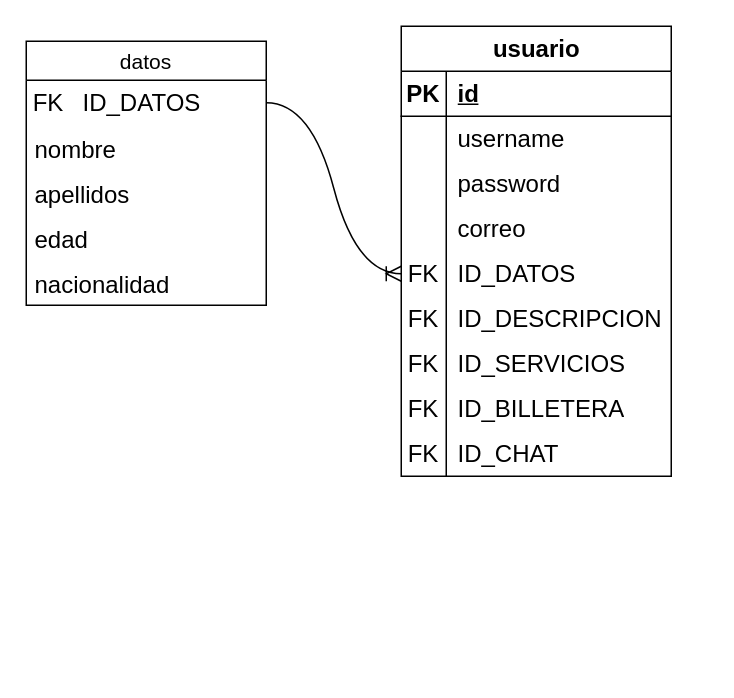
Before: Diagrama sin título.drawio in brayanmar/diagrama_escorting, a draw.io diagram. Source tidied: cells renumbered, new cells numbered last; positions are measured from the earlier drawing's top-left corner, leaving out a move shared by most shapes. Both pictures are drawn from the tidied source at 150%, with x=0, y=0 at pixel (26, 26).
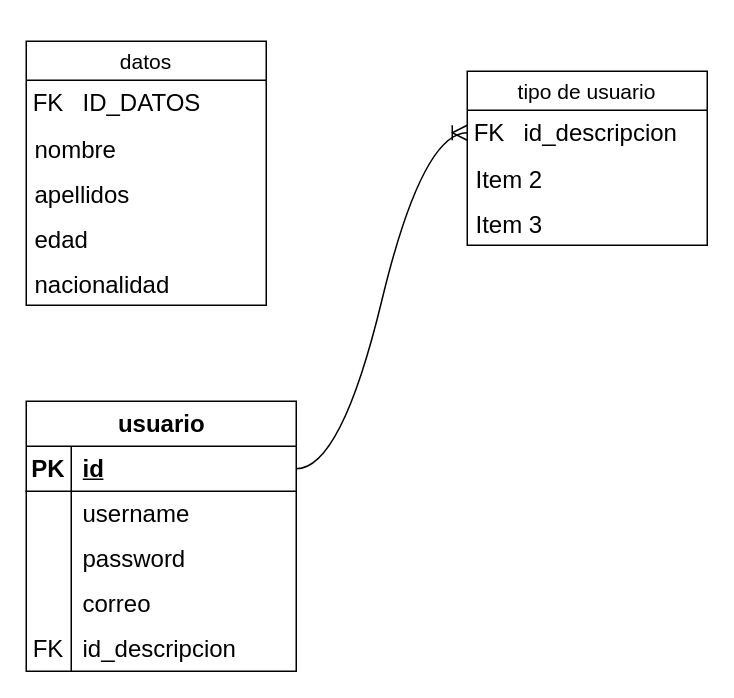
Above is the later version.

Unchanged cells that the change refers to:
```xml
<mxCell id="3" style="shape=tableRow;horizontal=0;startSize=0;swimlaneHead=0;swimlaneBody=0;fillColor=none;points=[[0,0.5],[1,0.5]];portConstraint=eastwest;top=0;left=0;right=0;bottom=1;fontSize=16;" parent="2" vertex="1">
  <mxGeometry y="30" width="180" height="30" as="geometry" />
</mxCell>
<mxCell id="15" style="shape=tableRow;horizontal=0;startSize=0;swimlaneHead=0;swimlaneBody=0;fillColor=none;points=[[0,0.5],[1,0.5]];portConstraint=eastwest;top=0;left=0;right=0;bottom=0;fontSize=16;" parent="2" vertex="1">
  <mxGeometry y="150" width="180" height="30" as="geometry" />
</mxCell>
<mxCell id="32" style="shape=tableRow;horizontal=0;startSize=0;swimlaneHead=0;swimlaneBody=0;fillColor=none;points=[[0,0.5],[1,0.5]];portConstraint=eastwest;top=0;left=0;right=0;bottom=0;fontSize=16;" parent="31" vertex="1">
  <mxGeometry width="160" height="30" as="geometry" />
</mxCell>
```

What changed in the source:
```diff
@@
     <mxCell id="2" value="usuario" style="shape=table;startSize=30;childLayout=tableLayout;rowLines=0;fontStyle=1;align=center;html=1;fontSize=16;" parent="1" vertex="1">
-      <mxGeometry x="250" width="180" height="300" as="geometry" />
+      <mxGeometry y="250" width="180" height="180" as="geometry" />
     </mxCell>
@@
-    <mxCell id="16" value="FK" style="shape=partialRectangle;fillColor=none;top=0;left=0;bottom=0;right=0;fontStyle=0;overflow=hidden;whiteSpace=wrap;html=1;fontSize=16;" parent="15" vertex="1">
-      <mxGeometry width="30" height="30" as="geometry" />
-    </mxCell>
-    <mxCell id="17" value="ID_DATOS" style="shape=partialRectangle;fillColor=none;top=0;left=0;bottom=0;right=0;align=left;spacingLeft=6;fontStyle=0;overflow=hidden;whiteSpace=wrap;html=1;fontSize=16;" parent="15" vertex="1">
-      <mxGeometry x="30" width="150" height="30" as="geometry" />
-    </mxCell>
-    <mxCell id="18" style="shape=tableRow;horizontal=0;startSize=0;swimlaneHead=0;swimlaneBody=0;fillColor=none;top=0;left=0;right=0;bottom=0;fontSize=16;" parent="2" vertex="1">
-      <mxGeometry y="180" width="180" height="30" as="geometry" />
-    </mxCell>
-    <mxCell id="19" value="FK" style="shape=partialRectangle;fillColor=none;top=0;left=0;bottom=0;right=0;fontStyle=0;overflow=hidden;whiteSpace=wrap;html=1;fontSize=16;" parent="18" vertex="1">
-      <mxGeometry width="30" height="30" as="geometry" />
-    </mxCell>
-    <mxCell id="20" value="ID_DESCRIPCION" style="shape=partialRectangle;fillColor=none;top=0;left=0;bottom=0;right=0;align=left;spacingLeft=6;fontStyle=0;overflow=hidden;whiteSpace=wrap;html=1;fontSize=16;" parent="18" vertex="1">
-      <mxGeometry x="30" width="150" height="30" as="geometry" />
-    </mxCell>
-    <mxCell id="21" style="shape=tableRow;horizontal=0;startSize=0;swimlaneHead=0;swimlaneBody=0;fillColor=none;top=0;left=0;right=0;bottom=0;fontSize=16;" parent="2" vertex="1">
-      <mxGeometry y="210" width="180" height="30" as="geometry" />
-    </mxCell>
-    <mxCell id="22" value="FK" style="shape=partialRectangle;fillColor=none;top=0;left=0;bottom=0;right=0;fontStyle=0;overflow=hidden;whiteSpace=wrap;html=1;fontSize=16;" parent="21" vertex="1">
-      <mxGeometry width="30" height="30" as="geometry" />
-    </mxCell>
-    <mxCell id="23" value="ID_SERVICIOS" style="shape=partialRectangle;fillColor=none;top=0;left=0;bottom=0;right=0;align=left;spacingLeft=6;fontStyle=0;overflow=hidden;whiteSpace=wrap;html=1;fontSize=16;" parent="21" vertex="1">
-      <mxGeometry x="30" width="150" height="30" as="geometry" />
-    </mxCell>
-    <mxCell id="24" style="shape=tableRow;horizontal=0;startSize=0;swimlaneHead=0;swimlaneBody=0;fillColor=none;top=0;left=0;right=0;bottom=0;fontSize=16;" parent="2" vertex="1">
-      <mxGeometry y="240" width="180" height="30" as="geometry" />
-    </mxCell>
-    <mxCell id="25" value="FK" style="shape=partialRectangle;fillColor=none;top=0;left=0;bottom=0;right=0;fontStyle=0;overflow=hidden;whiteSpace=wrap;html=1;fontSize=16;" parent="24" vertex="1">
-      <mxGeometry width="30" height="30" as="geometry" />
-    </mxCell>
-    <mxCell id="26" value="ID_BILLETERA" style="shape=partialRectangle;fillColor=none;top=0;left=0;bottom=0;right=0;align=left;spacingLeft=6;fontStyle=0;overflow=hidden;whiteSpace=wrap;html=1;fontSize=16;" parent="24" vertex="1">
-      <mxGeometry x="30" width="150" height="30" as="geometry" />
-    </mxCell>
-    <mxCell id="27" style="shape=tableRow;horizontal=0;startSize=0;swimlaneHead=0;swimlaneBody=0;fillColor=none;top=0;left=0;right=0;bottom=0;fontSize=16;" parent="2" vertex="1">
-      <mxGeometry y="270" width="180" height="30" as="geometry" />
-    </mxCell>
-    <mxCell id="28" value="FK" style="shape=partialRectangle;fillColor=none;top=0;left=0;bottom=0;right=0;fontStyle=0;overflow=hidden;whiteSpace=wrap;html=1;fontSize=16;" parent="27" vertex="1">
-      <mxGeometry width="30" height="30" as="geometry" />
-    </mxCell>
-    <mxCell id="29" value="ID_CHAT" style="shape=partialRectangle;fillColor=none;top=0;left=0;bottom=0;right=0;align=left;spacingLeft=6;fontStyle=0;overflow=hidden;whiteSpace=wrap;html=1;fontSize=16;" parent="27" vertex="1">
-      <mxGeometry x="30" width="150" height="30" as="geometry" />
-    </mxCell>
+    <mxCell id="40" value="FK" style="shape=partialRectangle;fillColor=none;top=0;left=0;bottom=0;right=0;fontStyle=0;overflow=hidden;whiteSpace=wrap;html=1;fontSize=16;" parent="15" vertex="1">
+      <mxGeometry width="30" height="30" as="geometry" />
+    </mxCell>
+    <mxCell id="41" value="id_descripcion" style="shape=partialRectangle;fillColor=none;top=0;left=0;bottom=0;right=0;align=left;spacingLeft=6;fontStyle=0;overflow=hidden;whiteSpace=wrap;html=1;fontSize=16;" parent="15" vertex="1">
+      <mxGeometry x="30" width="150" height="30" as="geometry" />
+    </mxCell>
@@
-    <mxCell id="39" style="edgeStyle=entityRelationEdgeStyle;fontSize=12;html=1;endArrow=ERoneToMany;rounded=0;startSize=8;endSize=8;curved=1;entryX=0;entryY=0.5;entryDx=0;entryDy=0;exitX=1;exitY=0.5;exitDx=0;exitDy=0;" parent="1" edge="1" source="32" target="15">
-      <mxGeometry relative="1" as="geometry" />
-    </mxCell>
+    <mxCell id="42" value="tipo de usuario" style="swimlane;fontStyle=0;horizontal=1;startSize=26;align=center;fontSize=14;" parent="1" vertex="1">
+      <mxGeometry x="294" y="30" width="160" height="116" as="geometry" />
+    </mxCell>
+    <mxCell id="43" style="shape=table;startSize=0;childLayout=tableLayout;rowLines=0;fontStyle=0;align=center;strokeColor=none;fillColor=none;fontSize=16;" parent="42" vertex="1">
+      <mxGeometry y="26" width="160" height="30" as="geometry" />
+    </mxCell>
+    <mxCell id="44" style="shape=tableRow;horizontal=0;startSize=0;swimlaneHead=0;swimlaneBody=0;fillColor=none;points=[[0,0.5],[1,0.5]];portConstraint=eastwest;top=0;left=0;right=0;bottom=0;fontSize=16;" parent="43" vertex="1">
+      <mxGeometry width="160" height="30" as="geometry" />
+    </mxCell>
+    <mxCell id="45" value="FK" style="shape=partialRectangle;fillColor=none;top=0;left=0;bottom=0;right=0;fontStyle=0;overflow=hidden;whiteSpace=wrap;html=1;fontSize=16;" parent="44" vertex="1">
+      <mxGeometry width="30" height="30" as="geometry" />
+    </mxCell>
+    <mxCell id="46" value="id_descripcion" style="shape=partialRectangle;fillColor=none;top=0;left=0;bottom=0;right=0;align=left;spacingLeft=6;fontStyle=0;overflow=hidden;whiteSpace=wrap;html=1;fontSize=16;" parent="44" vertex="1">
+      <mxGeometry x="30" width="130" height="30" as="geometry" />
+    </mxCell>
+    <mxCell id="47" value="Item 2" style="text;strokeColor=none;fillColor=none;spacingLeft=4;spacingRight=4;overflow=hidden;fontSize=16;whiteSpace=wrap;html=1;" parent="42" vertex="1">
+      <mxGeometry y="56" width="160" height="30" as="geometry" />
+    </mxCell>
+    <mxCell id="48" value="Item 3" style="text;strokeColor=none;fillColor=none;spacingLeft=4;spacingRight=4;overflow=hidden;fontSize=16;whiteSpace=wrap;html=1;" parent="42" vertex="1">
+      <mxGeometry y="86" width="160" height="30" as="geometry" />
+    </mxCell>
+    <mxCell id="49" style="edgeStyle=entityRelationEdgeStyle;fontSize=12;html=1;endArrow=ERoneToMany;rounded=0;startSize=8;endSize=8;curved=1;" parent="1" edge="1" source="3" target="44">
+      <mxGeometry relative="1" as="geometry" />
+    </mxCell>
```
